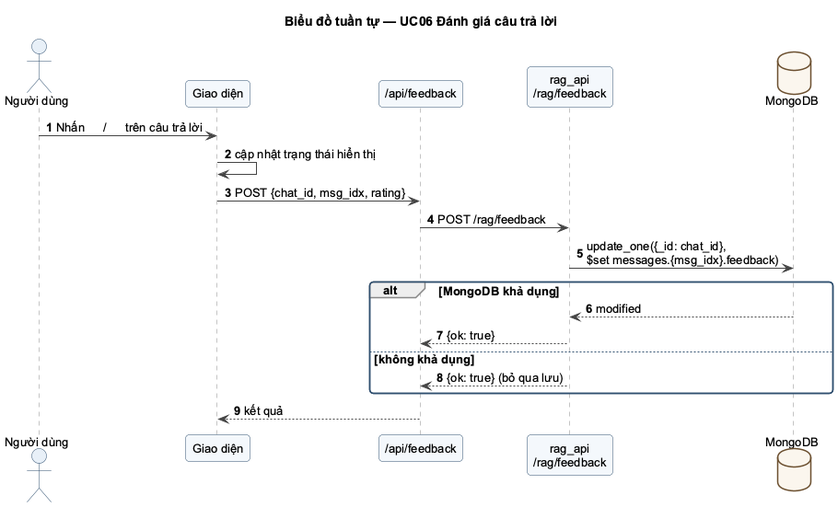
Earlier version of the PlantUML export docs/uml/png/SEQ_Feedback.png (hainguyen312/project2-chatbot-rag).
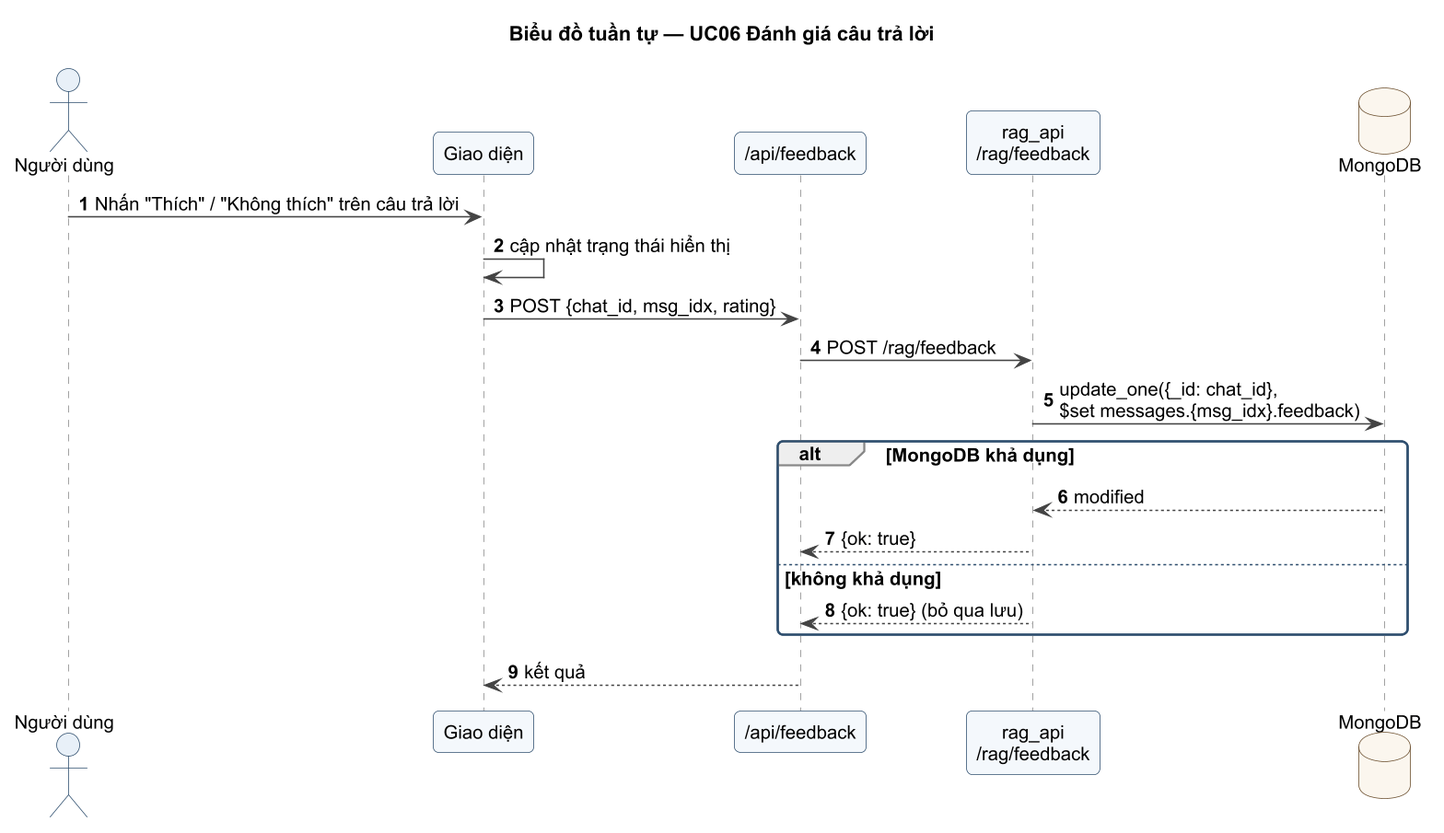
After the commit.

Change to the diagram source:
```diff
@@ -10,7 +10,7 @@
 participant "rag_api\n/rag/feedback" as API
 database "MongoDB" as Mongo
 
-U -> UI : Nhấn 👍 / 👎 trên câu trả lời
+U -> UI : Nhấn "Thích" / "Không thích" trên câu trả lời
 UI -> UI : cập nhật trạng thái hiển thị
 UI -> Proxy : POST {chat_id, msg_idx, rating}
 Proxy -> API : POST /rag/feedback
```
